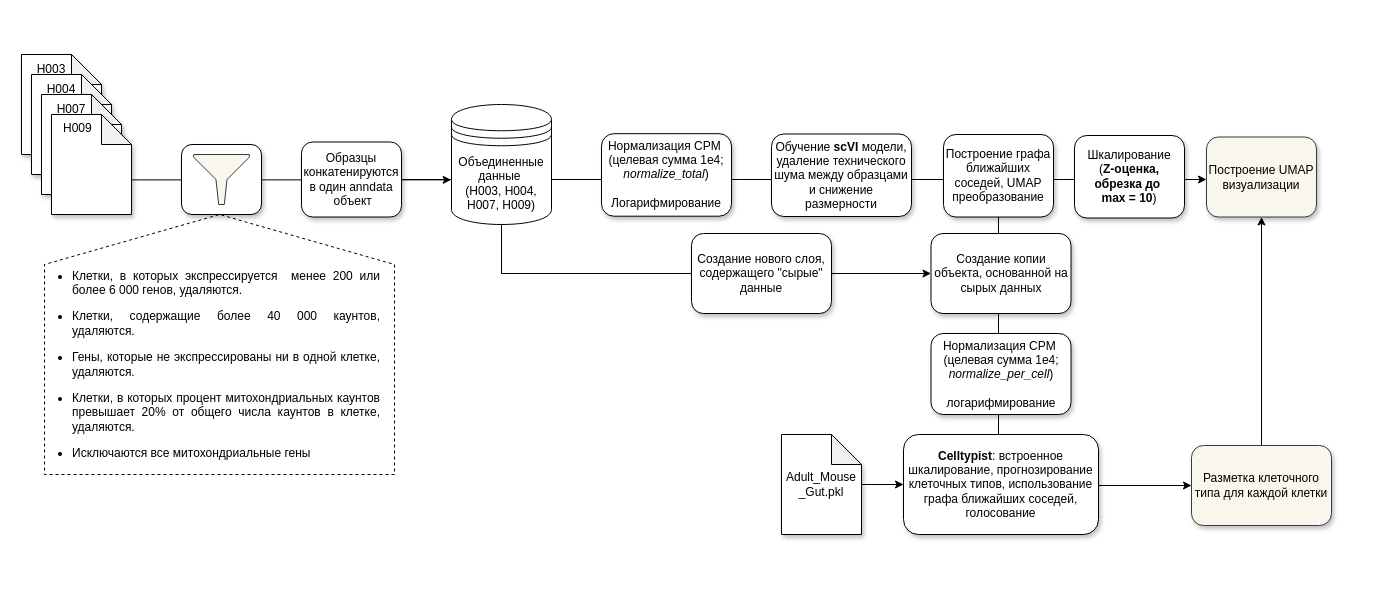
This is masterd_WT_art_eng.drawio from NikolaiL-dev/pictures.drawio, a draw.io file, before an edit. Source tidied: cells renumbered, new cells numbered last; positions are measured from the earlier drawing's top-left corner, leaving out a move shared by most shapes. Both pictures are drawn from the tidied source at 100%, with x=0, y=0 at pixel (21, 54).
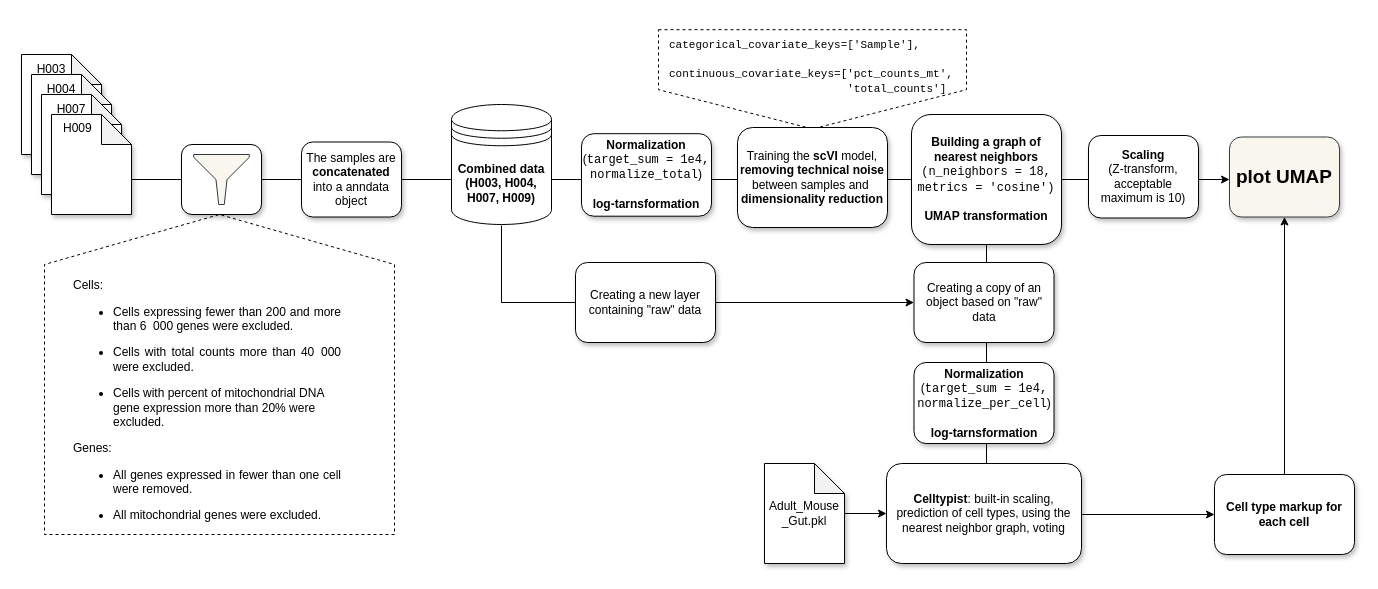
The same diagram, later.

The edit, as a diff of the source:
```diff
@@
+    <mxCell id="35" style="group;" parent="1" vertex="1">
+      <mxGeometry x="637" y="-37.8" width="308" height="112.2" as="geometry" />
+    </mxCell>
+    <mxCell id="36" value="&lt;div align=&quot;left&quot;&gt;&lt;br&gt;&lt;/div&gt;" style="shape=offPageConnector;whiteSpace=wrap;html=1;dashed=1;size=0.3954659949622166;" parent="35" vertex="1">
+      <mxGeometry y="13" width="308" height="99.2" as="geometry" />
+    </mxCell>
+    <mxCell id="37" value="&lt;div align=&quot;left&quot;&gt;&lt;font style=&quot;font-size: 11px;&quot; face=&quot;Courier New&quot;&gt;categorical_covariate_keys=['Sample'],&lt;/font&gt;&lt;/div&gt;&lt;div align=&quot;left&quot;&gt;&lt;br&gt;&lt;font style=&quot;font-size: 11px;&quot; face=&quot;Courier New&quot;&gt;continuous_covariate_keys=['pct_counts_mt',&lt;br&gt;&amp;nbsp;&amp;nbsp;&amp;nbsp;&amp;nbsp;&amp;nbsp;&amp;nbsp;&amp;nbsp;&amp;nbsp;&amp;nbsp;&amp;nbsp;&amp;nbsp;&amp;nbsp;&amp;nbsp;&amp;nbsp;&amp;nbsp;&amp;nbsp;&amp;nbsp;&amp;nbsp;&amp;nbsp;&amp;nbsp;&amp;nbsp;&amp;nbsp;&amp;nbsp;&amp;nbsp;&amp;nbsp;&amp;nbsp; 'total_counts']&lt;/font&gt;&lt;/div&gt;" style="text;html=1;strokeColor=none;fillColor=none;align=left;verticalAlign=middle;whiteSpace=wrap;rounded=0;" parent="35" vertex="1">
+      <mxGeometry x="9.2" width="290" height="100" as="geometry" />
+    </mxCell>
@@
-    <mxCell id="3" style="shape=offPageConnector;whiteSpace=wrap;html=1;rotation=-180;size=0.19230769230769232;dashed=1;" parent="1" vertex="1">
-      <mxGeometry x="23" y="160" width="350" height="260" as="geometry" />
+    <mxCell id="3" style="shape=offPageConnector;whiteSpace=wrap;html=1;rotation=-180;size=0.15625;dashed=1;" parent="1" vertex="1">
+      <mxGeometry x="23" y="160" width="350" height="320" as="geometry" />
     </mxCell>
@@
-    <mxCell id="16" value="&lt;ul&gt;&lt;li&gt;&lt;div align=&quot;justify&quot;&gt;Клетки, в которых экспрессируется&amp;nbsp; менее 200 или более 6 000 генов, удаляются.&lt;/div&gt;&lt;/li&gt;&lt;/ul&gt;&lt;ul&gt;&lt;li&gt;&lt;div align=&quot;justify&quot;&gt;Клетки, содержащие более 40 000 каунтов, удаляются.&lt;br&gt;&lt;/div&gt;&lt;/li&gt;&lt;/ul&gt;&lt;div align=&quot;justify&quot;&gt;&lt;ul&gt;&lt;li&gt;Гены, которые не экспрессированы ни в одной клетке, удаляются.&lt;/li&gt;&lt;/ul&gt;&lt;ul&gt;&lt;li&gt;Клетки, в которых процент митохондриальных каунтов превышает 20% от общего числа каунтов в клетке, удаляются. &lt;br&gt;&lt;/li&gt;&lt;/ul&gt;&lt;ul&gt;&lt;li&gt;Исключаются все митохондриальные гены&lt;br&gt;&lt;/li&gt;&lt;/ul&gt;&lt;/div&gt;" style="text;html=1;strokeColor=none;fillColor=none;align=center;verticalAlign=middle;whiteSpace=wrap;rounded=0;" parent="1" vertex="1">
-      <mxGeometry x="10" y="160" width="350" height="300" as="geometry" />
+    <mxCell id="16" value="&lt;blockquote&gt;&lt;div align=&quot;left&quot;&gt;Cells:&lt;br&gt;&lt;/div&gt;&lt;/blockquote&gt;&lt;blockquote&gt;&lt;ul&gt;&lt;li&gt;&lt;div align=&quot;justify&quot;&gt;Cells expressing fewer than 200 and more than 6&lt;font color=&quot;#ffffff&quot;&gt;_&lt;/font&gt;000 genes were excluded. &lt;/div&gt;&lt;/li&gt;&lt;/ul&gt;&lt;ul&gt;&lt;li&gt;&lt;div align=&quot;justify&quot;&gt;Cells with total counts more than 40&lt;font color=&quot;#ffffff&quot;&gt;_&lt;/font&gt;000 were excluded.&lt;/div&gt;&lt;/li&gt;&lt;/ul&gt;&lt;div align=&quot;left&quot;&gt;&lt;ul&gt;&lt;li&gt;Cells with percent of mitochondrial DNA gene expression more than 20% were excluded. &lt;br&gt;&lt;/li&gt;&lt;/ul&gt;&lt;/div&gt;&lt;/blockquote&gt;&lt;blockquote&gt;&lt;div align=&quot;left&quot;&gt;Genes:&lt;/div&gt;&lt;/blockquote&gt;&lt;div align=&quot;justify&quot;&gt;&lt;blockquote&gt;&lt;ul&gt;&lt;li&gt;All genes expressed in fewer than one cell were removed.&lt;/li&gt;&lt;/ul&gt;&lt;/blockquote&gt;&lt;blockquote&gt;&lt;ul&gt;&lt;li&gt;All mitochondrial genes were excluded.&lt;br&gt;&lt;/li&gt;&lt;/ul&gt;&lt;/blockquote&gt;&lt;/div&gt;" style="text;html=1;strokeColor=none;fillColor=none;align=center;verticalAlign=middle;whiteSpace=wrap;rounded=0;" parent="1" vertex="1">
+      <mxGeometry x="11" y="196" width="350" height="300" as="geometry" />
     </mxCell>
@@
-    <mxCell id="18" value="&lt;div&gt;Образцы&lt;/div&gt;&lt;div&gt;конкатенируются&lt;/div&gt;&lt;div&gt;в один anndata&lt;/div&gt;&lt;div&gt;&amp;nbsp;объект&lt;br&gt;&lt;/div&gt;" style="rounded=1;whiteSpace=wrap;html=1;shadow=1;" parent="1" vertex="1">
+    <mxCell id="18" value="The samples are &lt;b&gt;concatenated&lt;/b&gt; into a anndata object" style="rounded=1;whiteSpace=wrap;html=1;shadow=1;" parent="1" vertex="1">
       <mxGeometry x="280" y="87.5" width="100" height="75" as="geometry" />
     </mxCell>
-    <mxCell id="19" value="&lt;div&gt;Обучение &lt;b&gt;scVI&lt;/b&gt; модели, удаление технического шума между образцами и снижение размерности&lt;br&gt;&lt;/div&gt;" style="rounded=1;whiteSpace=wrap;html=1;shadow=1;" parent="1" vertex="1">
-      <mxGeometry x="750" y="79.5" width="140" height="82.5" as="geometry" />
+    <mxCell id="19" value="&lt;div&gt;Training the &lt;b&gt;scVI&lt;/b&gt; model, &lt;b&gt;removing technical noise&lt;/b&gt; between samples and&amp;nbsp;&lt;b&gt; dimensionality reduction&lt;/b&gt;&lt;/div&gt;" style="rounded=1;whiteSpace=wrap;html=1;shadow=1;" parent="1" vertex="1">
+      <mxGeometry x="716" y="73" width="150" height="100" as="geometry" />
     </mxCell>
@@
-    <mxCell id="21" value="Построение графа ближайших соседей, UMAP преобразование " style="rounded=1;whiteSpace=wrap;html=1;shadow=1;" parent="1" vertex="1">
-      <mxGeometry x="922" y="80" width="110" height="82.5" as="geometry" />
+    <mxCell id="21" value="&lt;div&gt;&lt;b&gt;Building a graph of nearest neighbors&lt;/b&gt;&lt;/div&gt;&lt;div&gt;&lt;font face=&quot;Courier New&quot;&gt;(n_neighbors = 18, &lt;br&gt;&lt;/font&gt;&lt;/div&gt;&lt;div&gt;&lt;font face=&quot;Courier New&quot;&gt;metrics = '&lt;code class=&quot;docutils literal notranslate&quot;&gt;&lt;/code&gt;&lt;span&gt;&lt;/span&gt;&lt;code class=&quot;docutils literal notranslate&quot;&gt;&lt;/code&gt;&lt;span&gt;&lt;/span&gt;cosine')&lt;/font&gt;&lt;/div&gt;&lt;div&gt;&lt;br&gt;&lt;/div&gt;&lt;div&gt;&lt;b&gt;UMAP transformation&lt;/b&gt;&lt;/div&gt;" style="rounded=1;whiteSpace=wrap;html=1;shadow=1;" parent="1" vertex="1">
+      <mxGeometry x="890" y="60" width="150" height="130" as="geometry" />
     </mxCell>
-    <mxCell id="22" value="Построение UMAP визуализации" style="rounded=1;whiteSpace=wrap;html=1;shadow=1;fillColor=#f9f7ed;strokeColor=#36393d;" parent="1" vertex="1">
-      <mxGeometry x="1185" y="82.5" width="110" height="80" as="geometry" />
+    <mxCell id="22" value="&lt;b&gt;&lt;font style=&quot;font-size: 19px;&quot;&gt;plot UMAP&lt;/font&gt;&lt;/b&gt;" style="rounded=1;whiteSpace=wrap;html=1;shadow=1;fillColor=#f9f7ed;strokeColor=#36393d;" parent="1" vertex="1">
+      <mxGeometry x="1208" y="82.5" width="110" height="80" as="geometry" />
     </mxCell>
@@
-    <mxCell id="24" value="&lt;div&gt;Объединенные данные&amp;nbsp;&lt;/div&gt;&lt;div&gt;(H003, H004, H007, H009)&lt;/div&gt;" style="shape=datastore;whiteSpace=wrap;html=1;" parent="1" vertex="1">
+    <mxCell id="24" value="&lt;div&gt;&lt;b&gt;Combined data&lt;/b&gt;&lt;/div&gt;&lt;div&gt;&lt;b&gt;(H003, H004, H007, H009)&lt;/b&gt;&lt;/div&gt;" style="shape=datastore;whiteSpace=wrap;html=1;gradientDirection=north;fillStyle=auto;strokeWidth=1;perimeterSpacing=1;shadow=0;" parent="1" vertex="1">
       <mxGeometry x="430" y="50" width="100" height="120" as="geometry" />
     </mxCell>
@@
     <mxCell id="26" value="&lt;div&gt;Adult_Mouse&lt;/div&gt;&lt;div&gt;_Gut.pkl&lt;/div&gt;" style="shape=note;whiteSpace=wrap;html=1;backgroundOutline=1;darkOpacity=0.05;shadow=1;" parent="1" vertex="1">
-      <mxGeometry x="760" y="380" width="80" height="100" as="geometry" />
+      <mxGeometry x="743" y="409" width="80" height="100" as="geometry" />
     </mxCell>
-    <mxCell id="27" value="&lt;div align=&quot;center&quot;&gt;Нормализация CPM&amp;nbsp;&lt;div&gt;(целевая сумма 1e4;&lt;i&gt; normalize_per_cell&lt;/i&gt;)&lt;/div&gt;&lt;/div&gt;&lt;div align=&quot;center&quot;&gt;&lt;br&gt;&lt;/div&gt;&lt;div align=&quot;center&quot;&gt;логарифмирование&lt;/div&gt;" style="rounded=1;whiteSpace=wrap;html=1;shadow=1;align=center;" parent="1" vertex="1">
-      <mxGeometry x="909.5" y="279" width="140" height="81" as="geometry" />
+    <mxCell id="27" value="&lt;b&gt;Normalization&lt;/b&gt;&lt;br&gt;&lt;div&gt;(&lt;font face=&quot;Courier New&quot;&gt;target_sum = 1e4, normalize_per_cell&lt;/font&gt;)&lt;/div&gt;&lt;div&gt;&lt;br&gt;&lt;/div&gt;&lt;div&gt;&lt;b&gt;log-tarnsformation&lt;/b&gt;&lt;br&gt;&lt;/div&gt;" style="rounded=1;whiteSpace=wrap;html=1;shadow=1;align=center;" parent="1" vertex="1">
+      <mxGeometry x="892.5" y="308" width="140" height="81" as="geometry" />
     </mxCell>
@@
-    <mxCell id="29" value="Разметка клеточного типа для каждой клетки" style="rounded=1;whiteSpace=wrap;html=1;shadow=1;fillColor=#f9f7ed;strokeColor=#36393d;" parent="1" vertex="1">
-      <mxGeometry x="1170" y="391" width="140" height="80" as="geometry" />
+    <mxCell id="29" value="&lt;b&gt;Cell type markup for each cell&lt;/b&gt;" style="rounded=1;whiteSpace=wrap;html=1;shadow=1;" parent="1" vertex="1">
+      <mxGeometry x="1193" y="420" width="140" height="80" as="geometry" />
     </mxCell>
-    <mxCell id="30" value="&lt;b&gt;Celltypist&lt;/b&gt;: встроенное шкалирование, прогнозирование клеточных типов, использование графа ближайших соседей, голосование " style="rounded=1;whiteSpace=wrap;html=1;shadow=1;" parent="1" vertex="1">
-      <mxGeometry x="882" y="380" width="195" height="100" as="geometry" />
+    <mxCell id="30" value="&lt;b&gt;Celltypist&lt;/b&gt;: built-in scaling, prediction of cell types, using the nearest neighbor graph, voting" style="rounded=1;whiteSpace=wrap;html=1;shadow=1;" parent="1" vertex="1">
+      <mxGeometry x="865" y="409" width="195" height="100" as="geometry" />
     </mxCell>
-    <mxCell id="31" value="Создание копии объекта, основанной на сырых данных" style="rounded=1;whiteSpace=wrap;html=1;shadow=1;" parent="1" vertex="1">
-      <mxGeometry x="909.5" y="179" width="140" height="80" as="geometry" />
+    <mxCell id="31" value="Creating a copy of an object based on &quot;raw&quot; data" style="rounded=1;whiteSpace=wrap;html=1;shadow=1;" parent="1" vertex="1">
+      <mxGeometry x="892.5" y="208" width="140" height="80" as="geometry" />
     </mxCell>
-    <mxCell id="32" value="&lt;div&gt;Нормализация CPM&amp;nbsp;&lt;/div&gt;&lt;div&gt;(целевая сумма 1e4; &lt;i&gt;normalize_total&lt;/i&gt;)&lt;/div&gt;&lt;div&gt;&lt;br&gt;&lt;/div&gt;&lt;div&gt;Логарифмирование&lt;br&gt;&lt;/div&gt;" style="rounded=1;whiteSpace=wrap;html=1;shadow=1;" parent="1" vertex="1">
-      <mxGeometry x="580" y="79.2" width="130" height="82.5" as="geometry" />
+    <mxCell id="32" value="&lt;b&gt;Normalization&lt;/b&gt;&lt;br&gt;&lt;div&gt;(&lt;font face=&quot;Courier New&quot;&gt;target_sum = 1e4, normalize_total&lt;/font&gt;)&lt;/div&gt;&lt;div&gt;&lt;br&gt;&lt;/div&gt;&lt;div&gt;&lt;b&gt;log-tarnsformation&lt;/b&gt;&lt;br&gt;&lt;/div&gt;" style="rounded=1;whiteSpace=wrap;html=1;shadow=1;" parent="1" vertex="1">
+      <mxGeometry x="560" y="79.2" width="130" height="82.5" as="geometry" />
     </mxCell>
-    <mxCell id="33" value="Создание нового слоя, содержащего &quot;сырые&quot; данные " style="rounded=1;whiteSpace=wrap;html=1;shadow=1;" parent="1" vertex="1">
-      <mxGeometry x="670" y="179" width="140" height="80" as="geometry" />
+    <mxCell id="33" value="Creating a new layer containing &quot;raw&quot; data" style="rounded=1;whiteSpace=wrap;html=1;shadow=1;" parent="1" vertex="1">
+      <mxGeometry x="554" y="208" width="140" height="80" as="geometry" />
     </mxCell>
-    <mxCell id="34" value="&lt;div&gt;Шкалирование&lt;/div&gt;&lt;div&gt;(&lt;strong&gt;Z-оценка, обрезка до&amp;nbsp;&lt;/strong&gt;&lt;/div&gt;&lt;div&gt;&lt;strong&gt;max = 10&lt;/strong&gt;)&lt;br&gt;&lt;/div&gt;" style="rounded=1;whiteSpace=wrap;html=1;shadow=1;" parent="1" vertex="1">
-      <mxGeometry x="1053" y="81" width="110" height="82.5" as="geometry" />
+    <mxCell id="34" value="&lt;b&gt;Scaling&lt;/b&gt;&lt;br&gt;(Z-transform,&lt;br&gt;acceptable maximum is 10)" style="rounded=1;whiteSpace=wrap;html=1;shadow=1;" parent="1" vertex="1">
+      <mxGeometry x="1067" y="81" width="110" height="82.5" as="geometry" />
     </mxCell>
```
